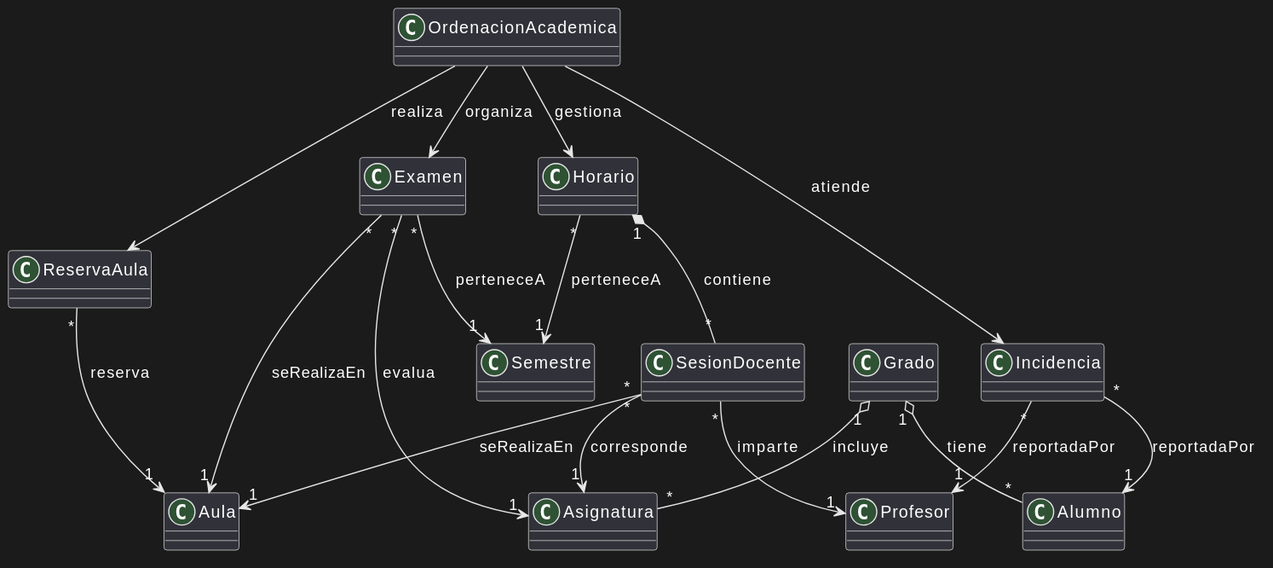
This is Constructor_De_Horarios/images/imagenes/ModeloDominio.svg from antoniogavilanes/Constructor_De_Horarios, a PlantUML export, as it was before one commit.
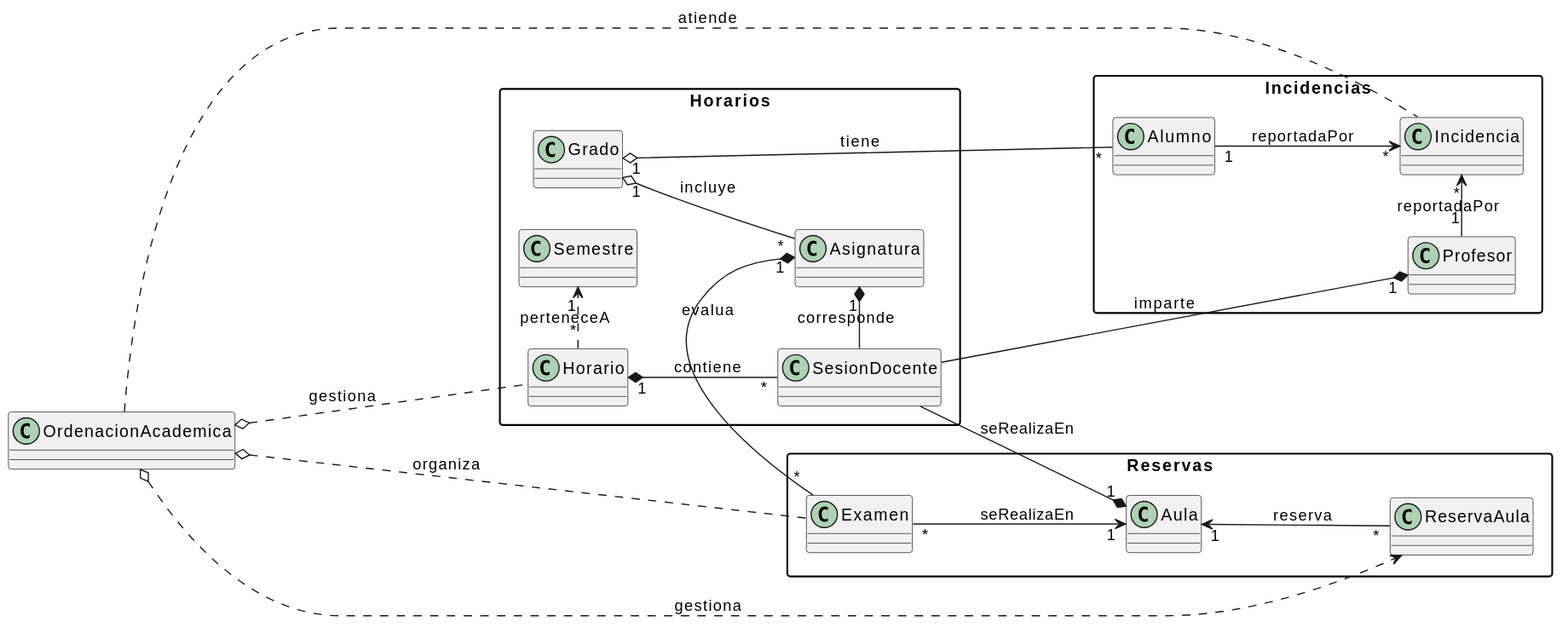
After the commit.

Commit message:
Modelo del dominio pulido

What changed in the source:
```diff
@@ -1,51 +1,56 @@
 @startuml
+left to right direction
+skinparam packageStyle rectangle
+
 class OrdenacionAcademica
 
-class Horario
+package Horarios{
 
-class SesionDocente
+    class Horario
+    class SesionDocente
+    class Asignatura
+    class Grado
+    class Semestre
 
-class Examen
+}
 
-class Grado
+package Incidencias{
+    class Alumno
+    class Profesor
+    class Incidencia
+}
 
-class Asignatura
-
-class Profesor
-
-class Alumno
-
-class Aula
-
-class ReservaAula
-
-class Incidencia
-
-class Semestre
+package Reservas{
+    class ReservaAula
+    class Examen
+    class Aula
+}
 
 
-OrdenacionAcademica --> Horario : gestiona
-OrdenacionAcademica --> Examen : organiza
-OrdenacionAcademica --> Incidencia : atiende
-OrdenacionAcademica --> ReservaAula : realiza
+OrdenacionAcademica o-down.. Horario : gestiona
+Horario "1" *-- "*" SesionDocente : contiene
+Horario "*" -right..> "1" Semestre : perteneceA
 
-Horario "1" *-- "*" SesionDocente : contiene
 
-SesionDocente "*" --> "1" Asignatura : corresponde
-SesionDocente "*" --> "1" Profesor : imparte
-SesionDocente "*" --> "1" Aula : seRealizaEn
+Asignatura "1" *-left-- SesionDocente : corresponde
+Profesor "1" *-up-- SesionDocente : imparte
+Aula "1" *-u-- SesionDocente : seRealizaEn
+
 
 Grado "1" o-- "*" Asignatura : incluye
 Grado "1" o-- "*" Alumno : tiene
 
-Examen "*" --> "1" Asignatura : evalua
-Examen "*" --> "1" Aula : seRealizaEn
 
-ReservaAula "*" --> "1" Aula : reserva
+OrdenacionAcademica o-down.. Examen : organiza
+OrdenacionAcademica o-down..> ReservaAula : gestiona
 
-Incidencia "*" --> "1" Profesor : reportadaPor
-Incidencia "*" --> "1" Alumno : reportadaPor
+Asignatura "1" *-left- "*" Examen : evalua
+Examen "*" -down-> "1" Aula : seRealizaEn
 
-Horario "*" --> "1" Semestre : perteneceA
-Examen "*" --> "1" Semestre : perteneceA
+ReservaAula "*" -up-> "1" Aula : reserva
+
+
+OrdenacionAcademica -right.. Incidencia : atiende
+Profesor "1" -left-> "*" Incidencia : reportadaPor
+Alumno "1" -down-> "*" Incidencia : reportadaPor
 @enduml
```
